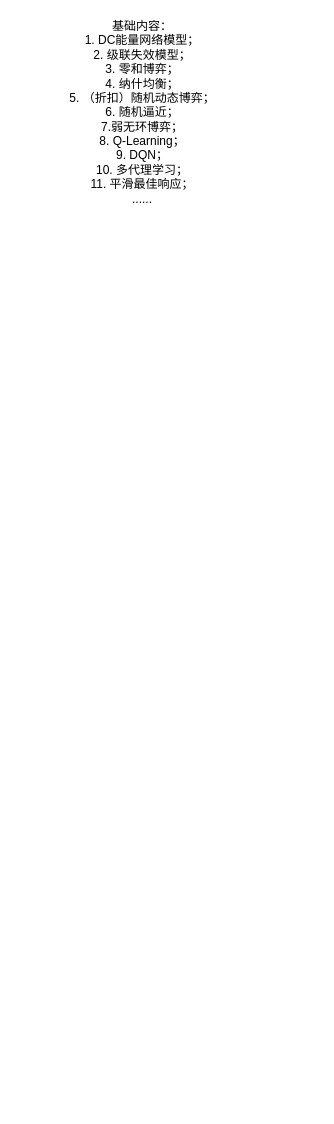
zjtone/RL-Note keeps this draw.io diagram as 读论文2019-04-11.drawio. Above is the earlier version. Source tidied: cells renumbered, new cells numbered last; positions are measured from the earlier drawing's top-left corner, leaving out a move shared by most shapes. Both pictures are drawn from the tidied source at 100%, with x=0, y=0 at pixel (17, 17).
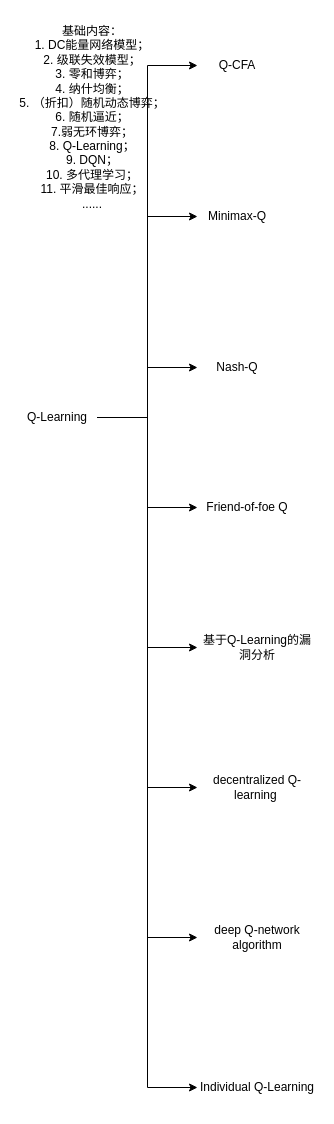
Above is the later version.

Commit message (it also covers changes not shown here):
更新读论文2019-04-11.drawio

What changed in the source:
```diff
@@
 <mxGraphModel>
   <root>
     <mxCell id="0" />
     <mxCell id="1" parent="0" />
     <mxCell id="2" value="基础内容：&lt;br&gt;1. DC能量网络模型；&lt;br&gt;2. 级联失效模型；&lt;br&gt;3. 零和博弈；&lt;br&gt;4. 纳什均衡；&lt;br&gt;5. （折扣）随机动态博弈；&lt;br&gt;6. 随机逼近；&lt;br&gt;7.弱无环博弈；&lt;br&gt;8. Q-Learning；&lt;br&gt;9. DQN；&lt;br&gt;10. 多代理学习；&lt;br&gt;11. 平滑最佳响应；&lt;br&gt;......&lt;br&gt;" style="text;html=1;strokeColor=none;fillColor=none;align=center;verticalAlign=middle;whiteSpace=wrap;rounded=0;" parent="1" vertex="1">
-      <mxGeometry width="250" height="189" as="geometry" />
+      <mxGeometry width="150" height="199" as="geometry" />
     </mxCell>
+    <mxCell id="3" value="Q-CFA" style="text;html=1;strokeColor=none;fillColor=none;align=center;verticalAlign=middle;whiteSpace=wrap;rounded=0;" parent="1" vertex="1">
+      <mxGeometry x="180" y="28" width="80" height="40" as="geometry" />
+    </mxCell>
+    <mxCell id="4" value="Minimax-Q" style="text;html=1;strokeColor=none;fillColor=none;align=center;verticalAlign=middle;whiteSpace=wrap;rounded=0;" parent="1" vertex="1">
+      <mxGeometry x="180" y="179" width="80" height="40" as="geometry" />
+    </mxCell>
+    <mxCell id="5" value="Nash-Q" style="text;html=1;strokeColor=none;fillColor=none;align=center;verticalAlign=middle;whiteSpace=wrap;rounded=0;" parent="1" vertex="1">
+      <mxGeometry x="180" y="330" width="80" height="40" as="geometry" />
+    </mxCell>
+    <mxCell id="6" value="Friend-of-foe Q" style="text;html=1;strokeColor=none;fillColor=none;align=center;verticalAlign=middle;whiteSpace=wrap;rounded=0;" parent="1" vertex="1">
+      <mxGeometry x="180" y="470" width="100" height="40" as="geometry" />
+    </mxCell>
+    <mxCell id="7" value="基于Q-Learning的漏洞分析" style="text;html=1;strokeColor=none;fillColor=none;align=center;verticalAlign=middle;whiteSpace=wrap;rounded=0;" parent="1" vertex="1">
+      <mxGeometry x="180" y="610" width="120" height="40" as="geometry" />
+    </mxCell>
+    <mxCell id="8" value="&lt;span&gt;decentralized Q-learning&amp;nbsp;&lt;/span&gt;&lt;br&gt;" style="text;html=1;strokeColor=none;fillColor=none;align=center;verticalAlign=middle;whiteSpace=wrap;rounded=0;" parent="1" vertex="1">
+      <mxGeometry x="180" y="750" width="120" height="40" as="geometry" />
+    </mxCell>
+    <mxCell id="9" value="deep Q-network algorithm" style="text;html=1;strokeColor=none;fillColor=none;align=center;verticalAlign=middle;whiteSpace=wrap;rounded=0;" parent="1" vertex="1">
+      <mxGeometry x="180" y="900" width="120" height="40" as="geometry" />
+    </mxCell>
+    <mxCell id="10" value="Individual Q-Learning" style="text;html=1;strokeColor=none;fillColor=none;align=center;verticalAlign=middle;whiteSpace=wrap;rounded=0;" parent="1" vertex="1">
+      <mxGeometry x="180" y="1050" width="120" height="40" as="geometry" />
+    </mxCell>
+    <mxCell id="11" style="edgeStyle=orthogonalEdgeStyle;rounded=0;jettySize=auto;html=1;entryX=0;entryY=0.5;entryDx=0;entryDy=0;" parent="1" edge="1" source="19" target="3">
+      <mxGeometry relative="1" as="geometry" />
+    </mxCell>
+    <mxCell id="12" style="edgeStyle=orthogonalEdgeStyle;rounded=0;jettySize=auto;html=1;entryX=0;entryY=0.5;entryDx=0;entryDy=0;" parent="1" edge="1" source="19" target="4">
+      <mxGeometry relative="1" as="geometry" />
+    </mxCell>
+    <mxCell id="13" style="edgeStyle=orthogonalEdgeStyle;rounded=0;jettySize=auto;html=1;entryX=0;entryY=0.5;entryDx=0;entryDy=0;" parent="1" edge="1" source="19" target="5">
+      <mxGeometry relative="1" as="geometry" />
+    </mxCell>
+    <mxCell id="14" style="edgeStyle=orthogonalEdgeStyle;rounded=0;jettySize=auto;html=1;entryX=0;entryY=0.5;entryDx=0;entryDy=0;" parent="1" edge="1" source="19" target="6">
+      <mxGeometry relative="1" as="geometry" />
+    </mxCell>
+    <mxCell id="15" style="edgeStyle=orthogonalEdgeStyle;rounded=0;jettySize=auto;html=1;entryX=0;entryY=0.5;entryDx=0;entryDy=0;" parent="1" edge="1" source="19" target="7">
+      <mxGeometry relative="1" as="geometry" />
+    </mxCell>
+    <mxCell id="16" style="edgeStyle=orthogonalEdgeStyle;rounded=0;jettySize=auto;html=1;entryX=0;entryY=0.5;entryDx=0;entryDy=0;" parent="1" edge="1" source="19" target="8">
+      <mxGeometry relative="1" as="geometry" />
+    </mxCell>
+    <mxCell id="17" style="edgeStyle=orthogonalEdgeStyle;rounded=0;jettySize=auto;html=1;entryX=0;entryY=0.5;entryDx=0;entryDy=0;" parent="1" edge="1" source="19" target="9">
+      <mxGeometry relative="1" as="geometry" />
+    </mxCell>
+    <mxCell id="18" style="edgeStyle=orthogonalEdgeStyle;rounded=0;jettySize=auto;html=1;entryX=0;entryY=0.5;entryDx=0;entryDy=0;" parent="1" edge="1" source="19" target="10">
+      <mxGeometry relative="1" as="geometry" />
+    </mxCell>
+    <mxCell id="19" value="Q-Learning" style="text;html=1;strokeColor=none;fillColor=none;align=center;verticalAlign=middle;whiteSpace=wrap;rounded=0;" parent="1" vertex="1">
+      <mxGeometry y="380" width="80" height="40" as="geometry" />
+    </mxCell>
   </root>
 </mxGraphModel>
```
